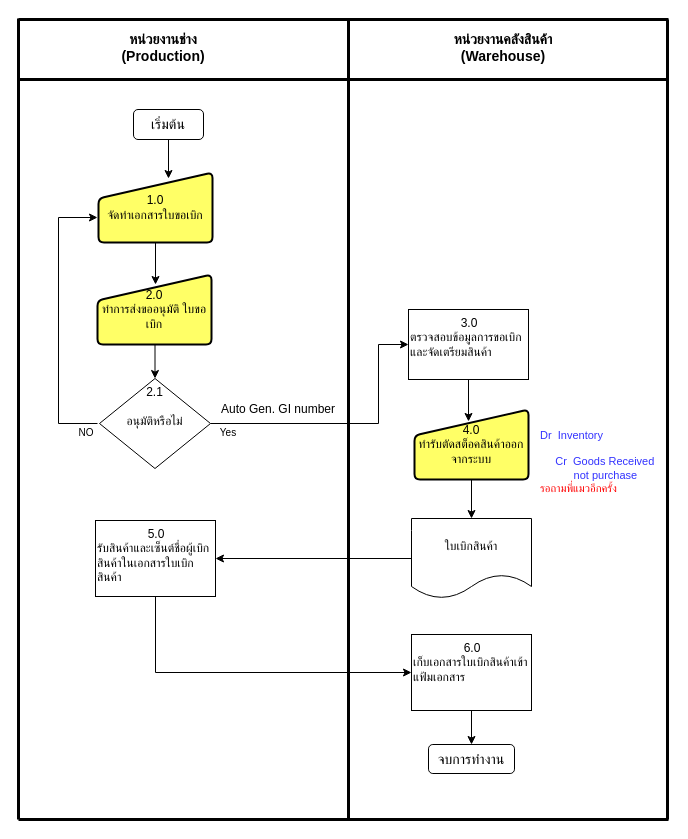
Before: page "GI to Consumption" (4 of 7) of Untitled Diagram.drawio in Rattapornp94/hello-wold, a draw.io diagram. Source tidied: cells renumbered, new cells numbered last; positions are measured from the earlier drawing's top-left corner, leaving out a move shared by most shapes. Both pictures are drawn from the tidied source at 100%, with x=0, y=0 at pixel (18, 18).
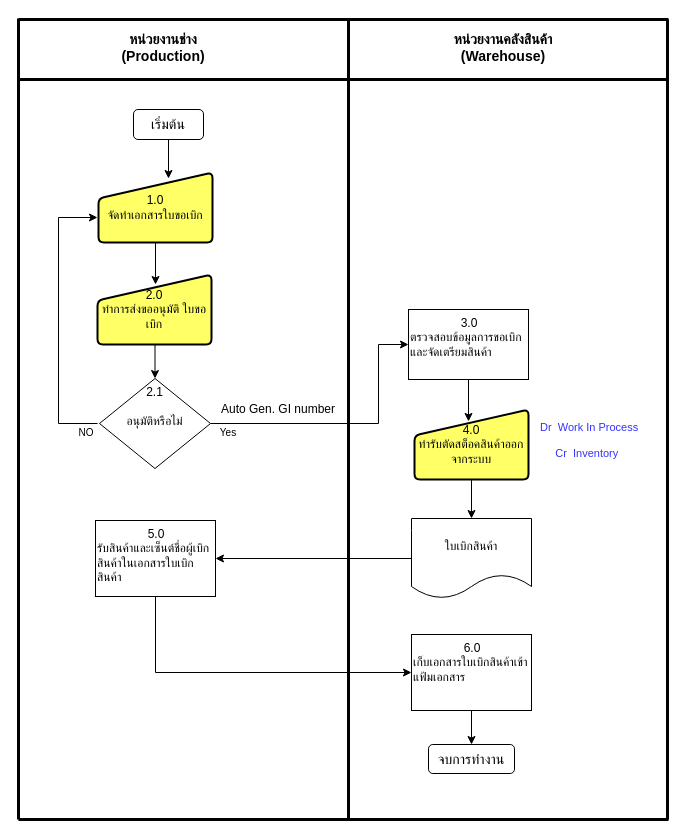
The same page after the edit.

Change to the diagram source:
```diff
@@
-    <mxCell id="13" value="Dr&amp;nbsp; Inventory&lt;br style=&quot;font-size: 11px&quot;&gt;&lt;br style=&quot;font-size: 11px&quot;&gt;&amp;nbsp; &amp;nbsp; &amp;nbsp;Cr&amp;nbsp; Goods Received &lt;br&gt;&amp;nbsp; &amp;nbsp; &amp;nbsp; &amp;nbsp; &amp;nbsp; &amp;nbsp;not purchase&lt;br&gt;&lt;font color=&quot;#ff0000&quot;&gt;รอถามพี่แมวอีกครั้ง&lt;/font&gt;" style="text;html=1;strokeColor=none;fillColor=none;align=left;verticalAlign=top;whiteSpace=wrap;rounded=0;fontSize=11;fontColor=#3333FF;fontStyle=0;" parent="1" vertex="1">
-      <mxGeometry x="520" y="404" width="127.5" height="96.5" as="geometry" />
-    </mxCell>
@@
+    <mxCell id="35" value="Dr&amp;nbsp; Work In Process&lt;br style=&quot;font-size: 11px&quot;&gt;&lt;br style=&quot;font-size: 11px&quot;&gt;&amp;nbsp; &amp;nbsp; &amp;nbsp;Cr&amp;nbsp; Inventory" style="text;html=1;strokeColor=none;fillColor=none;align=left;verticalAlign=top;whiteSpace=wrap;rounded=0;fontSize=11;fontColor=#3333FF;fontStyle=0;" parent="1" vertex="1">
+      <mxGeometry x="520" y="396" width="120" height="65" as="geometry" />
+    </mxCell>
```
